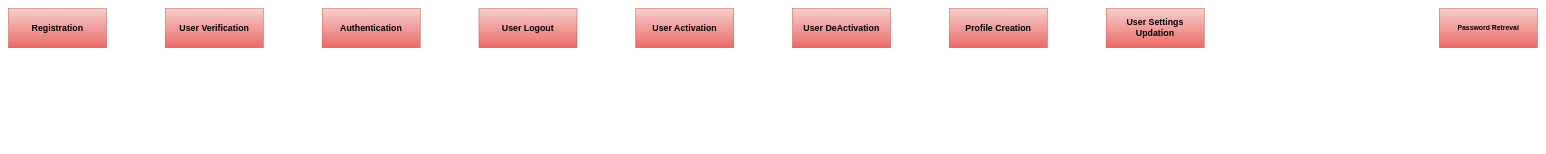
The draw.io diagram page "IdentityAccess-ExampleMapping" (7 of 7) of design/EventStorming.drawio in codefinity/oeuvre, before the edit. Source tidied: cells renumbered, new cells numbered last; positions are measured from the earlier drawing's top-left corner, leaving out a move shared by most shapes. Both pictures are drawn from the tidied source at 49%, with x=0, y=0 at pixel (8, 8).
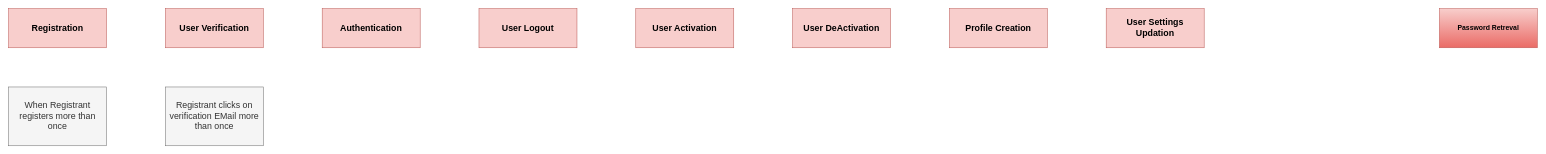
The same diagram, later.

Diff of the diagram source:
```diff
@@
 <mxGraphModel>
   <root>
     <mxCell id="0" />
     <mxCell id="1" parent="0" />
-    <mxCell id="2" value="Registration" style="rounded=0;whiteSpace=wrap;html=1;fontSize=18;fontStyle=1;fillColor=#f8cecc;strokeColor=#b85450;gradientColor=#ea6b66;" parent="1" vertex="1">
+    <mxCell id="2" value="Registration" style="rounded=0;whiteSpace=wrap;html=1;fontSize=18;fontStyle=1;fillColor=#f8cecc;strokeColor=#b85450;" parent="1" vertex="1">
       <mxGeometry width="200" height="80" as="geometry" />
     </mxCell>
-    <mxCell id="3" value="User Verification" style="rounded=0;whiteSpace=wrap;html=1;fontSize=18;fontStyle=1;fillColor=#f8cecc;strokeColor=#b85450;gradientColor=#ea6b66;" parent="1" vertex="1">
-      <mxGeometry x="320" width="200" height="80" as="geometry" />
-    </mxCell>
-    <mxCell id="4" value="Authentication" style="rounded=0;whiteSpace=wrap;html=1;fontSize=18;fontStyle=1;fillColor=#f8cecc;strokeColor=#b85450;gradientColor=#ea6b66;" parent="1" vertex="1">
+    <mxCell id="4" value="Authentication" style="rounded=0;whiteSpace=wrap;html=1;fontSize=18;fontStyle=1;fillColor=#f8cecc;strokeColor=#b85450;" parent="1" vertex="1">
       <mxGeometry x="640" width="200" height="80" as="geometry" />
     </mxCell>
-    <mxCell id="5" value="Profile Creation" style="rounded=0;whiteSpace=wrap;html=1;fontSize=18;fontStyle=1;fillColor=#f8cecc;strokeColor=#b85450;gradientColor=#ea6b66;" parent="1" vertex="1">
+    <mxCell id="5" value="Profile Creation" style="rounded=0;whiteSpace=wrap;html=1;fontSize=18;fontStyle=1;fillColor=#f8cecc;strokeColor=#b85450;" parent="1" vertex="1">
       <mxGeometry x="1920" width="200" height="80" as="geometry" />
     </mxCell>
-    <mxCell id="6" value="User Settings Updation" style="rounded=0;whiteSpace=wrap;html=1;fontSize=18;fontStyle=1;fillColor=#f8cecc;strokeColor=#b85450;gradientColor=#ea6b66;" parent="1" vertex="1">
+    <mxCell id="6" value="User Settings Updation" style="rounded=0;whiteSpace=wrap;html=1;fontSize=18;fontStyle=1;fillColor=#f8cecc;strokeColor=#b85450;" parent="1" vertex="1">
       <mxGeometry x="2240" width="200" height="80" as="geometry" />
     </mxCell>
-    <mxCell id="7" value="User Activation" style="rounded=0;whiteSpace=wrap;html=1;fontSize=18;fontStyle=1;fillColor=#f8cecc;strokeColor=#b85450;gradientColor=#ea6b66;" parent="1" vertex="1">
+    <mxCell id="7" value="User Activation" style="rounded=0;whiteSpace=wrap;html=1;fontSize=18;fontStyle=1;fillColor=#f8cecc;strokeColor=#b85450;" parent="1" vertex="1">
       <mxGeometry x="1280" width="200" height="80" as="geometry" />
     </mxCell>
-    <mxCell id="8" value="User Logout" style="rounded=0;whiteSpace=wrap;html=1;fontSize=18;fontStyle=1;fillColor=#f8cecc;strokeColor=#b85450;gradientColor=#ea6b66;" parent="1" vertex="1">
+    <mxCell id="8" value="User Logout" style="rounded=0;whiteSpace=wrap;html=1;fontSize=18;fontStyle=1;fillColor=#f8cecc;strokeColor=#b85450;" parent="1" vertex="1">
       <mxGeometry x="960" width="200" height="80" as="geometry" />
     </mxCell>
     <mxCell id="9" value="Password Retreval" style="rounded=0;whiteSpace=wrap;html=1;fontSize=14;fontStyle=1;fillColor=#f8cecc;strokeColor=#b85450;gradientColor=#ea6b66;" parent="1" vertex="1">
       <mxGeometry x="2920" width="200" height="80" as="geometry" />
     </mxCell>
-    <mxCell id="10" value="User DeActivation" style="rounded=0;whiteSpace=wrap;html=1;fontSize=18;fontStyle=1;fillColor=#f8cecc;strokeColor=#b85450;gradientColor=#ea6b66;" parent="1" vertex="1">
+    <mxCell id="10" value="User DeActivation" style="rounded=0;whiteSpace=wrap;html=1;fontSize=18;fontStyle=1;fillColor=#f8cecc;strokeColor=#b85450;" parent="1" vertex="1">
       <mxGeometry x="1600" width="200" height="80" as="geometry" />
     </mxCell>
+    <mxCell id="11" value="When Registrant registers more than once" style="rounded=0;whiteSpace=wrap;html=1;fontSize=18;fillColor=#f5f5f5;strokeColor=#666666;fontColor=#333333;" parent="1" vertex="1">
+      <mxGeometry y="160" width="200" height="120" as="geometry" />
+    </mxCell>
+    <mxCell id="3" value="User Verification" style="rounded=0;whiteSpace=wrap;html=1;fontSize=18;fontStyle=1;fillColor=#f8cecc;strokeColor=#b85450;" parent="1" vertex="1">
+      <mxGeometry x="320" width="200" height="80" as="geometry" />
+    </mxCell>
+    <mxCell id="12" value="Registrant clicks on verification EMail more than once" style="rounded=0;whiteSpace=wrap;html=1;fontSize=18;fillColor=#f5f5f5;strokeColor=#666666;fontColor=#333333;" parent="1" vertex="1">
+      <mxGeometry x="320" y="160" width="200" height="120" as="geometry" />
+    </mxCell>
   </root>
 </mxGraphModel>
```
